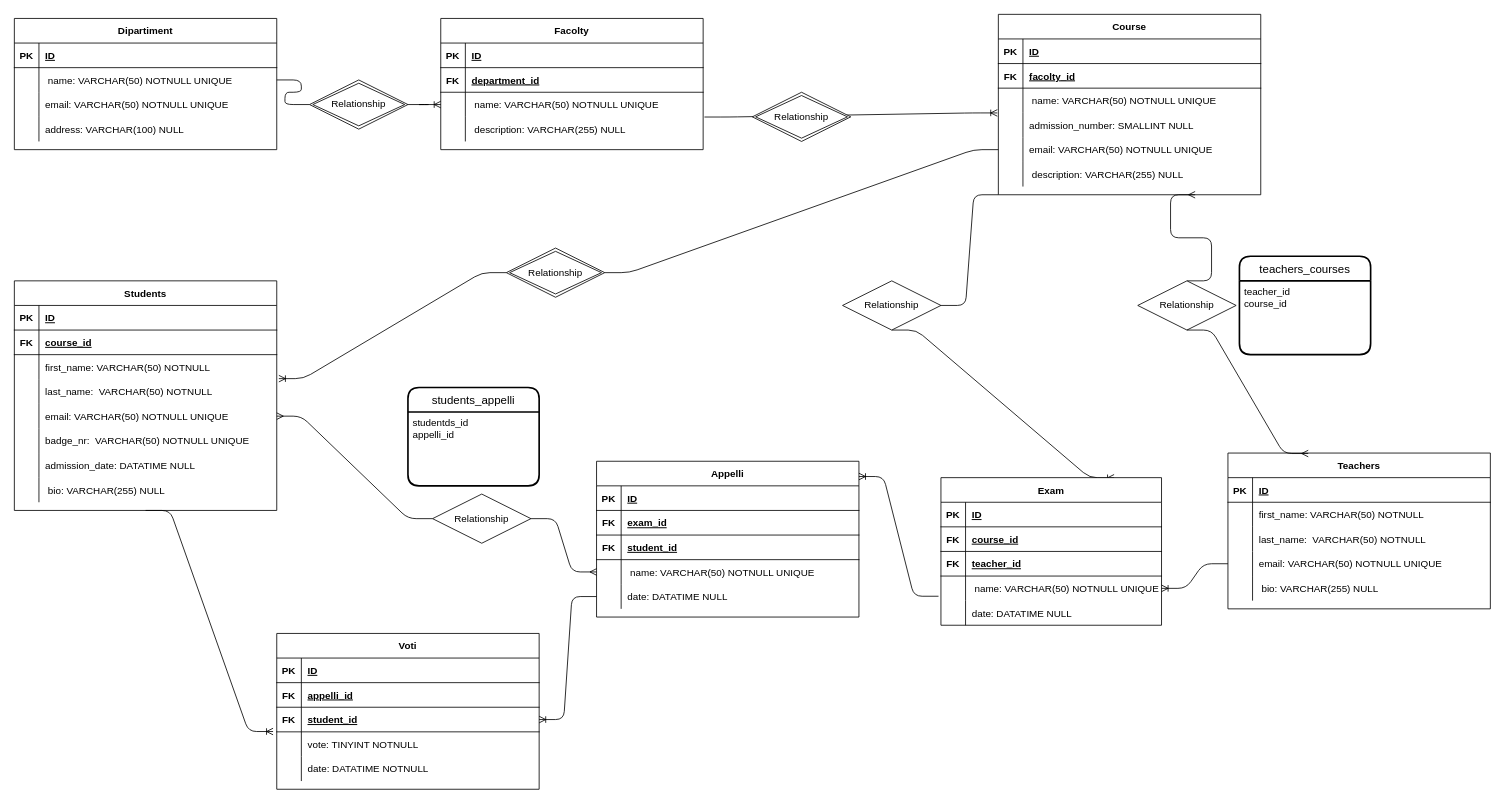
muccidavide/db-university keeps this draw.io diagram as university.drawio. Above is the earlier version. Source tidied: cells renumbered, new cells numbered last; positions are measured from the earlier drawing's top-left corner, leaving out a move shared by most shapes. Both pictures are drawn from the tidied source at 82%, with x=0, y=0 at pixel (14, 14).
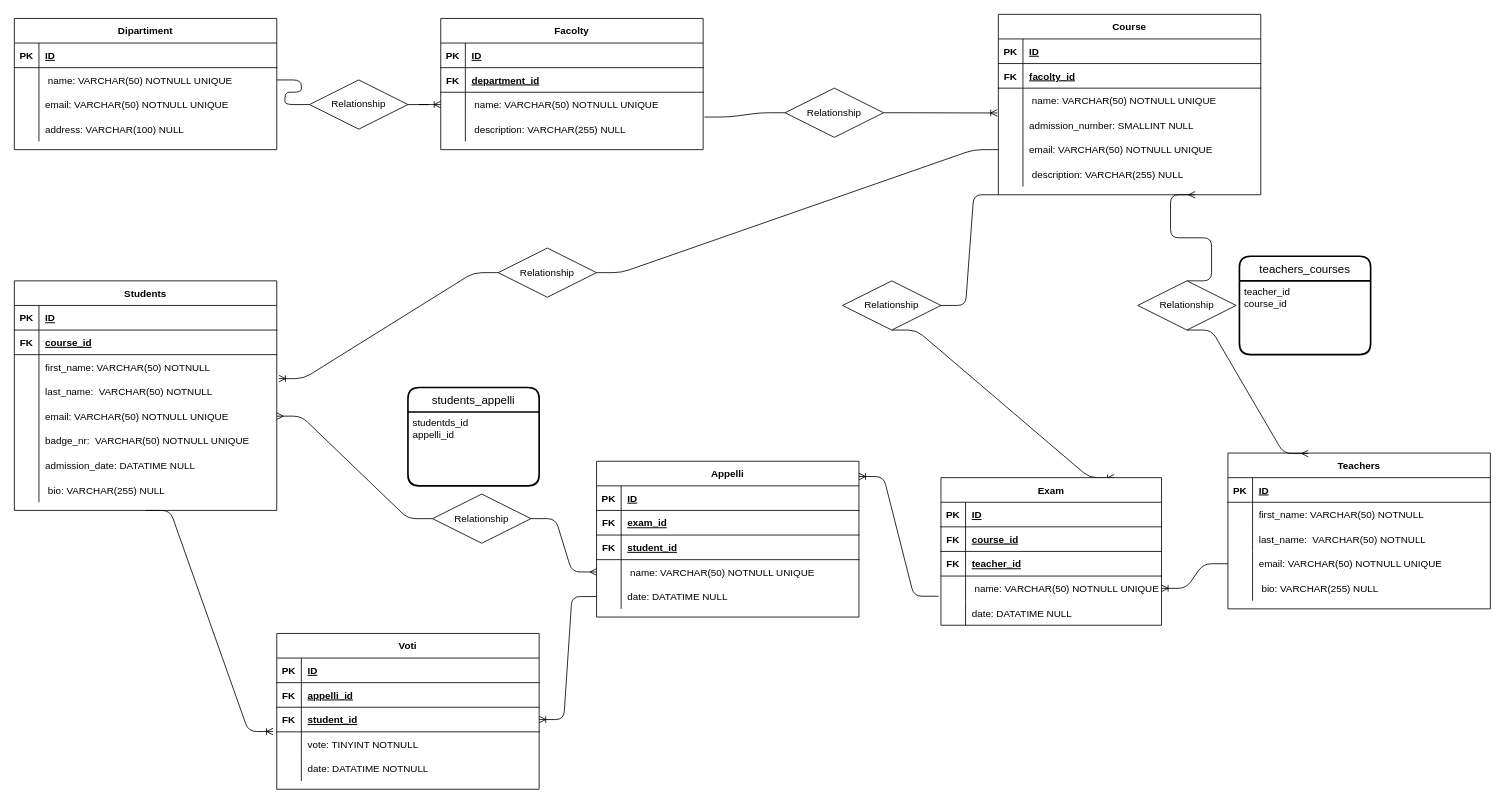
After the change.

The change refers to these unchanged cells:
```xml
<mxCell id="6" style="shape=partialRectangle;fillColor=none;top=0;left=0;bottom=0;right=0;points=[[0,0.5],[1,0.5]];portConstraint=eastwest;" parent="2" vertex="1">
  <mxGeometry y="60" width="320" height="30" as="geometry" />
</mxCell>
<mxCell id="22" style="shape=partialRectangle;fillColor=none;top=0;left=0;bottom=0;right=0;points=[[0,0.5],[1,0.5]];portConstraint=eastwest;" parent="15" vertex="1">
  <mxGeometry y="90" width="320" height="30" as="geometry" />
</mxCell>
<mxCell id="25" style="shape=partialRectangle;fillColor=none;top=0;left=0;bottom=0;right=0;points=[[0,0.5],[1,0.5]];portConstraint=eastwest;" parent="15" vertex="1">
  <mxGeometry y="120" width="320" height="30" as="geometry" />
</mxCell>
<mxCell id="60" style="shape=partialRectangle;fillColor=none;top=0;left=0;bottom=0;right=0;points=[[0,0.5],[1,0.5]];portConstraint=eastwest;" parent="50" vertex="1">
  <mxGeometry y="120" width="320" height="30" as="geometry" />
</mxCell>
<mxCell id="63" style="shape=partialRectangle;fillColor=none;top=0;left=0;bottom=0;right=0;points=[[0,0.5],[1,0.5]];portConstraint=eastwest;" parent="50" vertex="1">
  <mxGeometry y="150" width="320" height="30" as="geometry" />
</mxCell>
<mxCell id="81" style="shape=partialRectangle;fillColor=none;top=0;left=0;bottom=0;right=0;points=[[0,0.5],[1,0.5]];portConstraint=eastwest;" parent="71" vertex="1">
  <mxGeometry y="120" width="320" height="30" as="geometry" />
</mxCell>
```

What changed in the source:
```diff
@@
-    <mxCell id="44" style="edgeStyle=entityRelationEdgeStyle;fontSize=12;html=1;endArrow=ERoneToMany;entryX=0;entryY=0.5;entryDx=0;entryDy=0;exitX=1;exitY=0.5;exitDx=0;exitDy=0;exitPerimeter=0;startArrow=none;" parent="1" edge="1" source="45" target="22">
-      <mxGeometry relative="1" as="geometry" />
+    <mxCell id="44" style="edgeStyle=entityRelationEdgeStyle;fontSize=12;html=1;endArrow=ERoneToMany;entryX=0;entryY=0.5;entryDx=0;entryDy=0;exitX=1;exitY=0.5;exitDx=0;exitDy=0;exitPerimeter=0;startArrow=none;" parent="1" edge="1" target="22">
+      <mxGeometry relative="1" as="geometry">
+        <mxPoint x="480" y="110" as="sourcePoint" />
+      </mxGeometry>
     </mxCell>
-    <mxCell id="45" value="Relationship" style="shape=rhombus;double=1;perimeter=rhombusPerimeter;whiteSpace=wrap;html=1;align=center;" parent="1" vertex="1">
-      <mxGeometry x="360" y="80" width="120" height="60" as="geometry" />
-    </mxCell>
-    <mxCell id="46" style="edgeStyle=entityRelationEdgeStyle;fontSize=12;html=1;endArrow=none;entryX=0;entryY=0.5;entryDx=0;entryDy=0;exitX=1;exitY=0.5;exitDx=0;exitDy=0;exitPerimeter=0;" parent="1" edge="1" source="6" target="45">
-      <mxGeometry relative="1" as="geometry" />
+    <mxCell id="46" style="edgeStyle=entityRelationEdgeStyle;fontSize=12;html=1;endArrow=none;entryX=0;entryY=0.5;entryDx=0;entryDy=0;exitX=1;exitY=0.5;exitDx=0;exitDy=0;exitPerimeter=0;" parent="1" edge="1" source="6">
+      <mxGeometry relative="1" as="geometry">
+        <mxPoint x="360" y="110" as="targetPoint" />
+      </mxGeometry>
     </mxCell>
@@
-    <mxCell id="69" style="edgeStyle=entityRelationEdgeStyle;fontSize=12;html=1;endArrow=ERoneToMany;entryX=-0.004;entryY=0.007;entryDx=0;entryDy=0;entryPerimeter=0;exitX=1.005;exitY=0.007;exitDx=0;exitDy=0;exitPerimeter=0;" parent="1" edge="1" source="25" target="60">
+    <mxCell id="69" style="edgeStyle=entityRelationEdgeStyle;fontSize=12;html=1;endArrow=ERoneToMany;entryX=-0.004;entryY=0.007;entryDx=0;entryDy=0;entryPerimeter=0;exitX=1;exitY=0.5;exitDx=0;exitDy=0;startArrow=none;" parent="1" edge="1" source="162" target="60">
       <mxGeometry relative="1" as="geometry" />
     </mxCell>
-    <mxCell id="70" value="Relationship" style="shape=rhombus;double=1;perimeter=rhombusPerimeter;whiteSpace=wrap;html=1;align=center;" parent="1" vertex="1">
-      <mxGeometry x="900" y="95" width="120" height="60" as="geometry" />
-    </mxCell>
@@
-    <mxCell id="96" style="edgeStyle=entityRelationEdgeStyle;fontSize=12;html=1;endArrow=ERoneToMany;entryX=1.008;entryY=-0.025;entryDx=0;entryDy=0;entryPerimeter=0;exitX=0;exitY=0.5;exitDx=0;exitDy=0;startArrow=none;" parent="1" edge="1" source="97" target="81">
+    <mxCell id="96" style="edgeStyle=entityRelationEdgeStyle;fontSize=12;html=1;endArrow=ERoneToMany;entryX=1.008;entryY=-0.025;entryDx=0;entryDy=0;entryPerimeter=0;startArrow=none;" parent="1" edge="1" source="161" target="81">
       <mxGeometry relative="1" as="geometry" />
     </mxCell>
-    <mxCell id="97" value="Relationship" style="shape=rhombus;double=1;perimeter=rhombusPerimeter;whiteSpace=wrap;html=1;align=center;" parent="1" vertex="1">
-      <mxGeometry x="600" y="285" width="120" height="60" as="geometry" />
-    </mxCell>
-    <mxCell id="98" style="edgeStyle=entityRelationEdgeStyle;fontSize=12;html=1;endArrow=none;entryX=1;entryY=0.5;entryDx=0;entryDy=0;exitX=0;exitY=0.5;exitDx=0;exitDy=0;" parent="1" edge="1" source="63" target="97">
+    <mxCell id="98" style="edgeStyle=entityRelationEdgeStyle;fontSize=12;html=1;endArrow=none;exitX=0;exitY=0.5;exitDx=0;exitDy=0;" parent="1" edge="1" source="63" target="161">
       <mxGeometry relative="1" as="geometry" />
     </mxCell>
@@
+    <mxCell id="161" value="Relationship" style="shape=rhombus;perimeter=rhombusPerimeter;whiteSpace=wrap;html=1;align=center;" parent="1" vertex="1">
+      <mxGeometry x="590" y="285" width="120" height="60" as="geometry" />
+    </mxCell>
+    <mxCell id="162" value="Relationship" style="shape=rhombus;perimeter=rhombusPerimeter;whiteSpace=wrap;html=1;align=center;" parent="1" vertex="1">
+      <mxGeometry x="940" y="90" width="120" height="60" as="geometry" />
+    </mxCell>
+    <mxCell id="163" style="edgeStyle=entityRelationEdgeStyle;fontSize=12;html=1;endArrow=none;entryX=0;entryY=0.5;entryDx=0;entryDy=0;exitX=1.005;exitY=0.007;exitDx=0;exitDy=0;exitPerimeter=0;" parent="1" edge="1" source="25" target="162">
+      <mxGeometry relative="1" as="geometry" />
+    </mxCell>
+    <mxCell id="164" value="Relationship" style="shape=rhombus;perimeter=rhombusPerimeter;whiteSpace=wrap;html=1;align=center;" parent="1" vertex="1">
+      <mxGeometry x="360" y="80" width="120" height="60" as="geometry" />
+    </mxCell>
```
